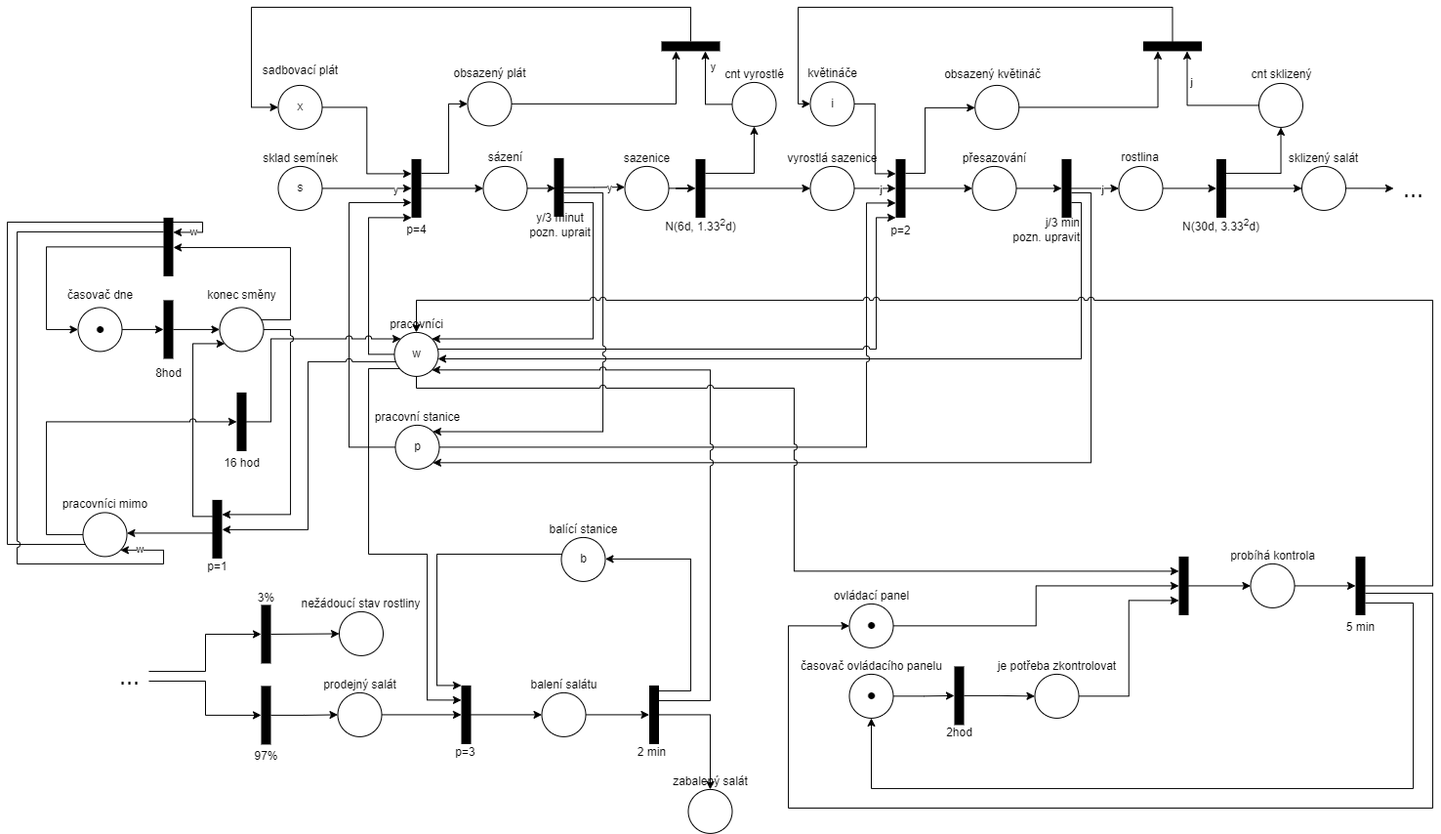
hruboson/IMS keeps this draw.io diagram as doc/petri-net.drawio.png. Above is the earlier version. Source tidied: cells renumbered, new cells last; positions are measured from the earlier drawing's top-left corner, leaving out a move shared by most shapes.
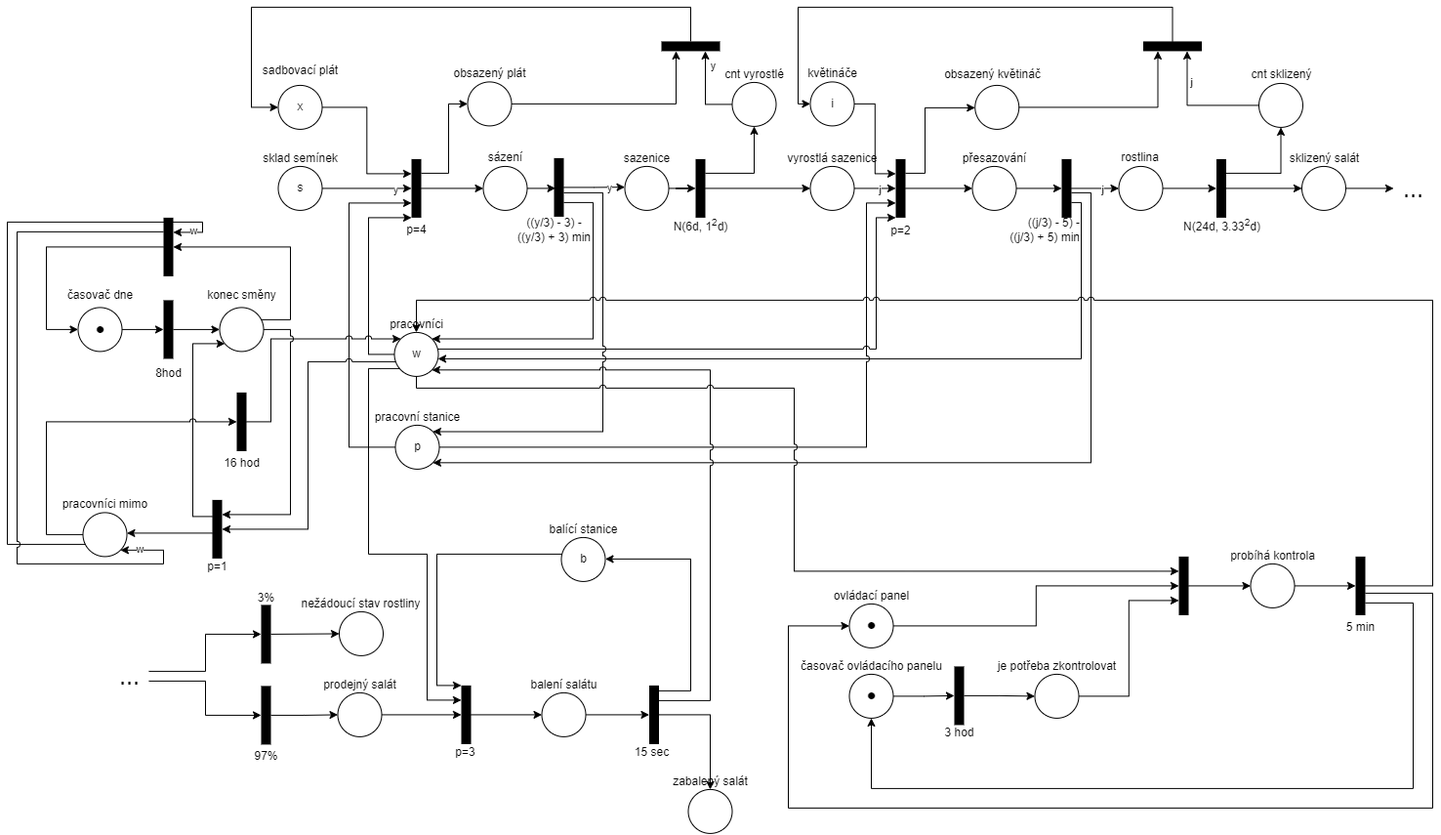
Later version of the same file.

Commit message:
fix(petri-net)

The edit, as a diff of the source:
```diff
@@ -40,8 +40,8 @@
     <mxCell id="10" style="rounded=0;whiteSpace=wrap;html=1;strokeColor=none;fillColor=#000000;" parent="1" vertex="1">
       <mxGeometry x="705" y="155.4" width="10" height="60" as="geometry" />
     </mxCell>
-    <mxCell id="11" value="N(6d, 1.33&lt;sup&gt;2&lt;/sup&gt;d)" style="text;html=1;align=center;verticalAlign=middle;strokeColor=none;fillColor=none;" parent="1" vertex="1">
-      <mxGeometry x="660" y="207.9" width="100" height="30" as="geometry" />
+    <mxCell id="11" value="N(6d, 1&lt;sup&gt;2&lt;/sup&gt;d)" style="text;html=1;align=center;verticalAlign=middle;strokeColor=none;fillColor=none;" parent="1" vertex="1">
+      <mxGeometry x="670" y="207.9" width="80" height="30" as="geometry" />
     </mxCell>
     <mxCell id="12" style="edgeStyle=orthogonalEdgeStyle;rounded=0;jettySize=auto;html=1;entryX=0;entryY=0.5;entryDx=0;entryDy=0;" parent="1" edge="1" source="125" target="16">
       <mxGeometry relative="1" as="geometry" />
@@ -227,7 +227,7 @@
     <mxCell id="61" style="rounded=0;whiteSpace=wrap;html=1;strokeColor=none;fillColor=#000000;" parent="1" vertex="1">
       <mxGeometry x="1238.5" y="155.4" width="10" height="60" as="geometry" />
     </mxCell>
-    <mxCell id="62" value="N(30d, 3.33&lt;sup&gt;2&lt;/sup&gt;d)" style="text;html=1;align=center;verticalAlign=middle;strokeColor=none;fillColor=none;" parent="1" vertex="1">
+    <mxCell id="62" value="N(24d, 3.33&lt;sup&gt;2&lt;/sup&gt;d)" style="text;html=1;align=center;verticalAlign=middle;strokeColor=none;fillColor=none;" parent="1" vertex="1">
       <mxGeometry x="1193.5" y="207.9" width="100" height="30" as="geometry" />
     </mxCell>
     <mxCell id="63" style="group;" parent="1" vertex="1">
@@ -418,8 +418,8 @@
     <mxCell id="108" value="balící stanice" style="text;html=1;align=center;verticalAlign=middle;strokeColor=none;fillColor=none;" parent="106" vertex="1">
       <mxGeometry x="-5" width="90" height="30" as="geometry" />
     </mxCell>
-    <mxCell id="109" value="j/3 min&lt;br&gt;pozn. upravit" style="text;html=1;align=right;verticalAlign=middle;strokeColor=none;fillColor=none;" parent="1" vertex="1">
-      <mxGeometry x="1010" y="207.9" width="90" height="40" as="geometry" />
+    <mxCell id="109" value="&lt;span style=&quot;text-align: center;&quot;&gt;((j/3) - 5) -&lt;/span&gt;&lt;br style=&quot;text-align: center;&quot;&gt;&lt;span style=&quot;text-align: center;&quot;&gt;((j/3) + 5) min&lt;/span&gt;" style="text;html=1;align=right;verticalAlign=middle;strokeColor=none;fillColor=none;" parent="1" vertex="1">
+      <mxGeometry x="1000" y="207.9" width="100" height="40" as="geometry" />
     </mxCell>
     <mxCell id="110" style="edgeStyle=orthogonalEdgeStyle;rounded=0;jettySize=auto;html=1;entryX=0;entryY=0.25;entryDx=0;entryDy=0;" parent="1" edge="1" source="48" target="83">
       <mxGeometry relative="1" as="geometry">
@@ -473,8 +473,8 @@
     <mxCell id="119" style="edgeStyle=orthogonalEdgeStyle;rounded=0;jettySize=auto;html=1;" parent="1" edge="1" source="113" target="118">
       <mxGeometry relative="1" as="geometry" />
     </mxCell>
-    <mxCell id="120" value="2 min" style="text;html=1;align=center;verticalAlign=middle;strokeColor=none;fillColor=none;" parent="1" vertex="1">
-      <mxGeometry x="635" y="747.9" width="50" height="30" as="geometry" />
+    <mxCell id="120" value="15 sec" style="text;html=1;align=center;verticalAlign=middle;strokeColor=none;fillColor=none;" parent="1" vertex="1">
+      <mxGeometry x="630" y="747.9" width="60" height="30" as="geometry" />
     </mxCell>
     <mxCell id="121" style="group;" parent="1" vertex="1">
       <mxGeometry x="1259.5" y="53.9" width="90" height="69" as="geometry" />
@@ -500,8 +500,8 @@
     <mxCell id="128" style="edgeStyle=orthogonalEdgeStyle;rounded=0;jettySize=auto;html=1;entryX=0.15;entryY=0.514;entryDx=0;entryDy=0;entryPerimeter=0;" parent="1" edge="1" source="131" target="127">
       <mxGeometry relative="1" as="geometry" />
     </mxCell>
-    <mxCell id="129" value="y/3 minut&lt;br&gt;pozn. uprait" style="text;html=1;align=center;verticalAlign=middle;strokeColor=none;fillColor=none;" parent="1" vertex="1">
-      <mxGeometry x="521" y="202.9" width="90" height="40" as="geometry" />
+    <mxCell id="129" value="((y/3) - 3) - &lt;br&gt;((y/3) + 3) min" style="text;html=1;align=center;verticalAlign=middle;strokeColor=none;fillColor=none;" parent="1" vertex="1">
+      <mxGeometry x="510" y="207.9" width="100" height="40" as="geometry" />
     </mxCell>
     <mxCell id="130" style="group;" parent="1" vertex="1">
       <mxGeometry x="480" y="138.9" width="60" height="69" as="geometry" />
@@ -726,7 +726,7 @@
     <mxCell id="184" style="rounded=0;whiteSpace=wrap;html=1;strokeColor=none;fillColor=#000000;" parent="1" vertex="1">
       <mxGeometry x="970" y="674.9" width="10" height="60" as="geometry" />
     </mxCell>
-    <mxCell id="185" value="2hod" style="text;html=1;align=center;verticalAlign=middle;strokeColor=none;fillColor=none;" parent="1" vertex="1">
+    <mxCell id="185" value="3 hod" style="text;html=1;align=center;verticalAlign=middle;strokeColor=none;fillColor=none;" parent="1" vertex="1">
       <mxGeometry x="950" y="727.9" width="50" height="30" as="geometry" />
     </mxCell>
     <mxCell id="186" style="edgeStyle=orthogonalEdgeStyle;rounded=0;jettySize=auto;html=1;entryX=0;entryY=0.5;entryDx=0;entryDy=0;" parent="1" edge="1" source="176" target="184">
```
